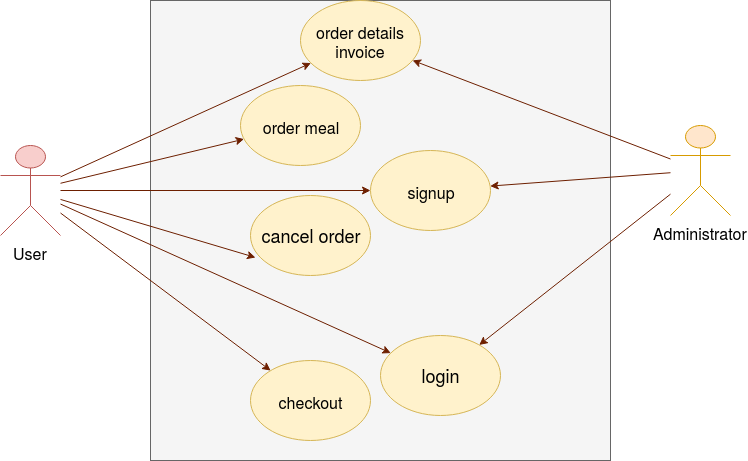
This is Requirements/media/use-case-diagram.png from imustafin/innopolis-express, a draw.io export, as it was before one commit. Source tidied: cells renumbered, new cells last; positions are measured from the earlier drawing's top-left corner, leaving out a move shared by most shapes.
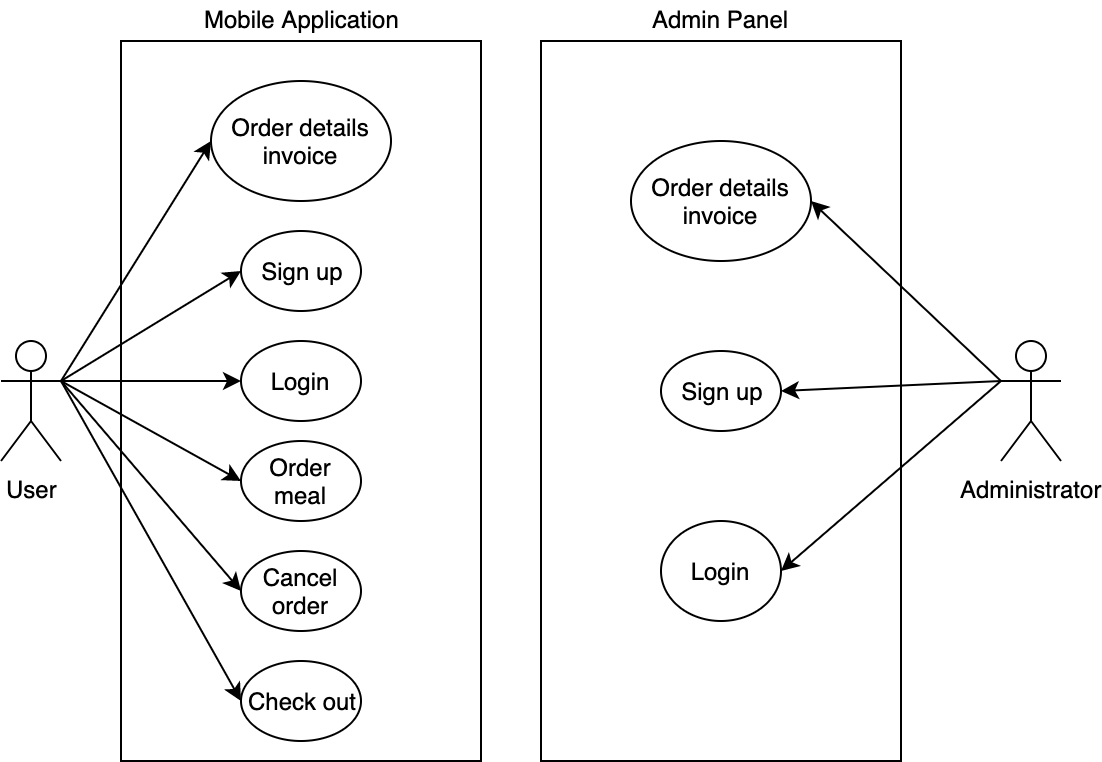
The same file after the commit.

Commit message:
By the decisions of the Team 8 and after negotiations with the customer (Team 7), previous system boundaries were splitted into two different parts: "Mobile application" and "Admin Panel".

The edit, as a diff of the source:
```diff
@@ -1,65 +1,78 @@
-<mxGraphModel background="#ffffff">
+<mxGraphModel>
   <root>
     <mxCell id="0" />
     <mxCell id="1" parent="0" />
-    <mxCell id="2" style="whiteSpace=wrap;html=1;fillColor=#f5f5f5;strokeColor=#666666;fontColor=#333333;" parent="1" vertex="1">
-      <mxGeometry x="150" width="460" height="460" as="geometry" />
-    </mxCell>
-    <mxCell id="3" value="&lt;font size=&quot;3&quot;&gt;order meal&lt;br&gt;&lt;/font&gt;" style="ellipse;whiteSpace=wrap;html=1;fillColor=#fff2cc;strokeColor=#d6b656;" parent="1" vertex="1">
-      <mxGeometry x="240" y="85" width="120" height="80" as="geometry" />
-    </mxCell>
-    <mxCell id="4" value="&lt;font style=&quot;font-size: 18px&quot;&gt;cancel order&lt;/font&gt;" style="ellipse;whiteSpace=wrap;html=1;fillColor=#fff2cc;strokeColor=#d6b656;" parent="1" vertex="1">
-      <mxGeometry x="250" y="195" width="120" height="80" as="geometry" />
-    </mxCell>
-    <mxCell id="5" value="&lt;font style=&quot;font-size: 18px&quot;&gt;login&lt;/font&gt;" style="ellipse;whiteSpace=wrap;html=1;fillColor=#fff2cc;strokeColor=#d6b656;" parent="1" vertex="1">
-      <mxGeometry x="380" y="335" width="120" height="80" as="geometry" />
-    </mxCell>
-    <mxCell id="6" value="&lt;font size=&quot;3&quot;&gt;signup&lt;/font&gt;" style="ellipse;whiteSpace=wrap;html=1;fillColor=#fff2cc;strokeColor=#d6b656;" parent="1" vertex="1">
-      <mxGeometry x="370" y="150" width="120" height="80" as="geometry" />
-    </mxCell>
-    <mxCell id="7" value="&lt;font size=&quot;3&quot;&gt;checkout&lt;/font&gt;" style="ellipse;whiteSpace=wrap;html=1;fillColor=#fff2cc;strokeColor=#d6b656;" parent="1" vertex="1">
-      <mxGeometry x="250" y="360" width="120" height="80" as="geometry" />
-    </mxCell>
-    <mxCell id="8" value="&lt;font size=&quot;3&quot;&gt;order details invoice&lt;br&gt;&lt;/font&gt;" style="ellipse;whiteSpace=wrap;html=1;fillColor=#fff2cc;strokeColor=#d6b656;" parent="1" vertex="1">
-      <mxGeometry x="300" width="120" height="80" as="geometry" />
-    </mxCell>
-    <mxCell id="9" style="edgeStyle=none;rounded=0;jettySize=auto;html=1;fillColor=#a0522d;strokeColor=#6D1F00;" parent="1" edge="1" source="15" target="3">
-      <mxGeometry relative="1" as="geometry" />
-    </mxCell>
-    <mxCell id="10" style="edgeStyle=none;rounded=0;jettySize=auto;html=1;fillColor=#a0522d;strokeColor=#6D1F00;" parent="1" edge="1" source="15" target="7">
-      <mxGeometry relative="1" as="geometry" />
-    </mxCell>
-    <mxCell id="11" style="edgeStyle=none;rounded=0;jettySize=auto;html=1;fillColor=#a0522d;strokeColor=#6D1F00;" parent="1" edge="1" source="15" target="5">
-      <mxGeometry relative="1" as="geometry" />
-    </mxCell>
-    <mxCell id="12" style="edgeStyle=none;rounded=0;jettySize=auto;html=1;fillColor=#a0522d;strokeColor=#6D1F00;" parent="1" edge="1" source="15" target="6">
-      <mxGeometry relative="1" as="geometry" />
-    </mxCell>
-    <mxCell id="13" style="edgeStyle=none;rounded=0;jettySize=auto;html=1;entryX=0.042;entryY=0.775;entryDx=0;entryDy=0;entryPerimeter=0;fillColor=#a0522d;strokeColor=#6D1F00;" parent="1" edge="1" source="15" target="4">
-      <mxGeometry relative="1" as="geometry" />
-    </mxCell>
-    <mxCell id="14" style="edgeStyle=none;rounded=0;jettySize=auto;html=1;fillColor=#a0522d;strokeColor=#6D1F00;" parent="1" edge="1" source="15" target="8">
-      <mxGeometry relative="1" as="geometry" />
-    </mxCell>
+    <mxCell id="21" style="rounded=0;whiteSpace=wrap;html=1;" parent="1" vertex="1">
+      <mxGeometry x="330" y="190" width="180" height="360" as="geometry" />
+    </mxCell>
+    <mxCell id="22" value="Mobile Application" style="text;html=1;align=center;verticalAlign=top;spacingTop=-4;" parent="1" vertex="1">
+      <mxGeometry x="365" y="170" width="110" height="20" as="geometry" />
+    </mxCell>
+    <mxCell id="23" style="rounded=0;jettySize=auto;html=1;exitX=1;exitY=0.3333333333333333;exitDx=0;exitDy=0;exitPerimeter=0;entryX=0;entryY=0.5;entryDx=0;entryDy=0;" parent="1" edge="1" source="15" target="32">
+      <mxGeometry relative="1" as="geometry" />
+    </mxCell>
+    <mxCell id="24" style="edgeStyle=none;rounded=0;jettySize=auto;html=1;exitX=1;exitY=0.3333333333333333;exitDx=0;exitDy=0;exitPerimeter=0;entryX=0;entryY=0.5;entryDx=0;entryDy=0;" parent="1" edge="1" source="15" target="31">
+      <mxGeometry relative="1" as="geometry" />
+    </mxCell>
+    <mxCell id="25" style="edgeStyle=none;rounded=0;jettySize=auto;html=1;exitX=1;exitY=0.3333333333333333;exitDx=0;exitDy=0;exitPerimeter=0;entryX=0;entryY=0.5;entryDx=0;entryDy=0;" parent="1" edge="1" source="15" target="33">
+      <mxGeometry relative="1" as="geometry" />
+    </mxCell>
+    <mxCell id="26" style="edgeStyle=none;rounded=0;jettySize=auto;html=1;exitX=1;exitY=0.3333333333333333;exitDx=0;exitDy=0;exitPerimeter=0;entryX=0;entryY=0.5;entryDx=0;entryDy=0;" parent="1" edge="1" source="15" target="39">
+      <mxGeometry relative="1" as="geometry" />
+    </mxCell>
+    <mxCell id="27" style="edgeStyle=none;rounded=0;jettySize=auto;html=1;exitX=1;exitY=0.3333333333333333;exitDx=0;exitDy=0;exitPerimeter=0;entryX=0;entryY=0.5;entryDx=0;entryDy=0;" parent="1" edge="1" source="15" target="37">
+      <mxGeometry relative="1" as="geometry" />
+    </mxCell>
+    <mxCell id="28" style="edgeStyle=none;rounded=0;jettySize=auto;html=1;exitX=1;exitY=0.3333333333333333;exitDx=0;exitDy=0;exitPerimeter=0;entryX=0;entryY=0.5;entryDx=0;entryDy=0;" parent="1" edge="1" source="15" target="38">
+      <mxGeometry relative="1" as="geometry" />
+    </mxCell>
-    <mxCell id="15" value="&lt;font size=&quot;3&quot;&gt;User&lt;/font&gt;" style="shape=umlActor;verticalLabelPosition=bottom;labelBackgroundColor=#ffffff;verticalAlign=top;html=1;outlineConnect=0;fillColor=#f8cecc;strokeColor=#b85450;" parent="1" vertex="1">
-      <mxGeometry y="145" width="60" height="90" as="geometry" />
+    <mxCell id="15" value="User" style="shape=umlActor;html=1;verticalLabelPosition=bottom;verticalAlign=top;align=center;" parent="1" vertex="1">
+      <mxGeometry x="270" y="340" width="30" height="60" as="geometry" />
     </mxCell>
-    <mxCell id="16" style="edgeStyle=none;rounded=0;jettySize=auto;html=1;fillColor=#a0522d;strokeColor=#6D1F00;" parent="1" edge="1" source="20" target="8">
-      <mxGeometry relative="1" as="geometry" />
-    </mxCell>
-    <mxCell id="17" style="edgeStyle=none;rounded=0;jettySize=auto;html=1;" parent="1" edge="1" source="20">
-      <mxGeometry relative="1" as="geometry">
-        <mxPoint x="670" y="180" as="targetPoint" />
-      </mxGeometry>
-    </mxCell>
-    <mxCell id="18" style="edgeStyle=none;rounded=0;jettySize=auto;html=1;fillColor=#a0522d;strokeColor=#6D1F00;" parent="1" edge="1" source="20" target="6">
-      <mxGeometry relative="1" as="geometry" />
-    </mxCell>
-    <mxCell id="19" style="edgeStyle=none;rounded=0;jettySize=auto;html=1;fillColor=#a0522d;strokeColor=#6D1F00;" parent="1" edge="1" source="20" target="5">
-      <mxGeometry relative="1" as="geometry" />
-    </mxCell>
-    <mxCell id="20" value="&lt;font size=&quot;3&quot;&gt;Administrator&lt;/font&gt;" style="shape=umlActor;verticalLabelPosition=bottom;labelBackgroundColor=#ffffff;verticalAlign=top;html=1;outlineConnect=0;fillColor=#ffe6cc;strokeColor=#d79b00;" parent="1" vertex="1">
-      <mxGeometry x="670" y="125" width="60" height="90" as="geometry" />
+    <mxCell id="20" value="Administrator" style="shape=umlActor;html=1;verticalLabelPosition=bottom;verticalAlign=top;align=center;" parent="1" vertex="1">
+      <mxGeometry x="770" y="340" width="30" height="60" as="geometry" />
     </mxCell>
+    <mxCell id="29" style="rounded=0;whiteSpace=wrap;html=1;" parent="1" vertex="1">
+      <mxGeometry x="540" y="190" width="180" height="360" as="geometry" />
+    </mxCell>
+    <mxCell id="30" value="Admin Panel" style="text;html=1;align=center;verticalAlign=top;spacingTop=-4;" parent="1" vertex="1">
+      <mxGeometry x="590" y="170" width="80" height="20" as="geometry" />
+    </mxCell>
+    <mxCell id="31" value="Sign up" style="ellipse;whiteSpace=wrap;html=1;" parent="1" vertex="1">
+      <mxGeometry x="390" y="285" width="60" height="40" as="geometry" />
+    </mxCell>
+    <mxCell id="32" value="Order details invoice" style="ellipse;whiteSpace=wrap;html=1;" parent="1" vertex="1">
+      <mxGeometry x="375" y="210" width="90" height="60" as="geometry" />
+    </mxCell>
+    <mxCell id="33" value="Login" style="ellipse;whiteSpace=wrap;html=1;" parent="1" vertex="1">
+      <mxGeometry x="390" y="340" width="60" height="40" as="geometry" />
+    </mxCell>
+    <mxCell id="34" value="Sign up" style="ellipse;whiteSpace=wrap;html=1;" parent="1" vertex="1">
+      <mxGeometry x="600" y="345" width="60" height="40" as="geometry" />
+    </mxCell>
+    <mxCell id="35" value="Order details invoice" style="ellipse;whiteSpace=wrap;html=1;" parent="1" vertex="1">
+      <mxGeometry x="585" y="240" width="90" height="60" as="geometry" />
+    </mxCell>
+    <mxCell id="36" value="Login" style="ellipse;whiteSpace=wrap;html=1;" parent="1" vertex="1">
+      <mxGeometry x="600" y="430" width="60" height="50" as="geometry" />
+    </mxCell>
+    <mxCell id="37" value="Cancel order" style="ellipse;whiteSpace=wrap;html=1;" parent="1" vertex="1">
+      <mxGeometry x="390" y="445" width="60" height="40" as="geometry" />
+    </mxCell>
+    <mxCell id="38" value="Check out" style="ellipse;whiteSpace=wrap;html=1;" parent="1" vertex="1">
+      <mxGeometry x="390" y="500" width="60" height="40" as="geometry" />
+    </mxCell>
+    <mxCell id="39" value="Order meal" style="ellipse;whiteSpace=wrap;html=1;" parent="1" vertex="1">
+      <mxGeometry x="390" y="390" width="60" height="40" as="geometry" />
+    </mxCell>
+    <mxCell id="40" style="edgeStyle=none;rounded=0;jettySize=auto;html=1;exitX=0;exitY=0.3333333333333333;exitDx=0;exitDy=0;exitPerimeter=0;entryX=1;entryY=0.5;entryDx=0;entryDy=0;" parent="1" edge="1" source="20" target="35">
+      <mxGeometry relative="1" as="geometry" />
+    </mxCell>
+    <mxCell id="41" style="edgeStyle=none;rounded=0;jettySize=auto;html=1;exitX=0;exitY=0.3333333333333333;exitDx=0;exitDy=0;exitPerimeter=0;entryX=1;entryY=0.5;entryDx=0;entryDy=0;" parent="1" edge="1" source="20" target="34">
+      <mxGeometry relative="1" as="geometry" />
+    </mxCell>
+    <mxCell id="42" style="edgeStyle=none;rounded=0;jettySize=auto;html=1;exitX=0;exitY=0.3333333333333333;exitDx=0;exitDy=0;exitPerimeter=0;entryX=1;entryY=0.5;entryDx=0;entryDy=0;" parent="1" edge="1" source="20" target="36">
+      <mxGeometry relative="1" as="geometry" />
+    </mxCell>
   </root>
 </mxGraphModel>
```
